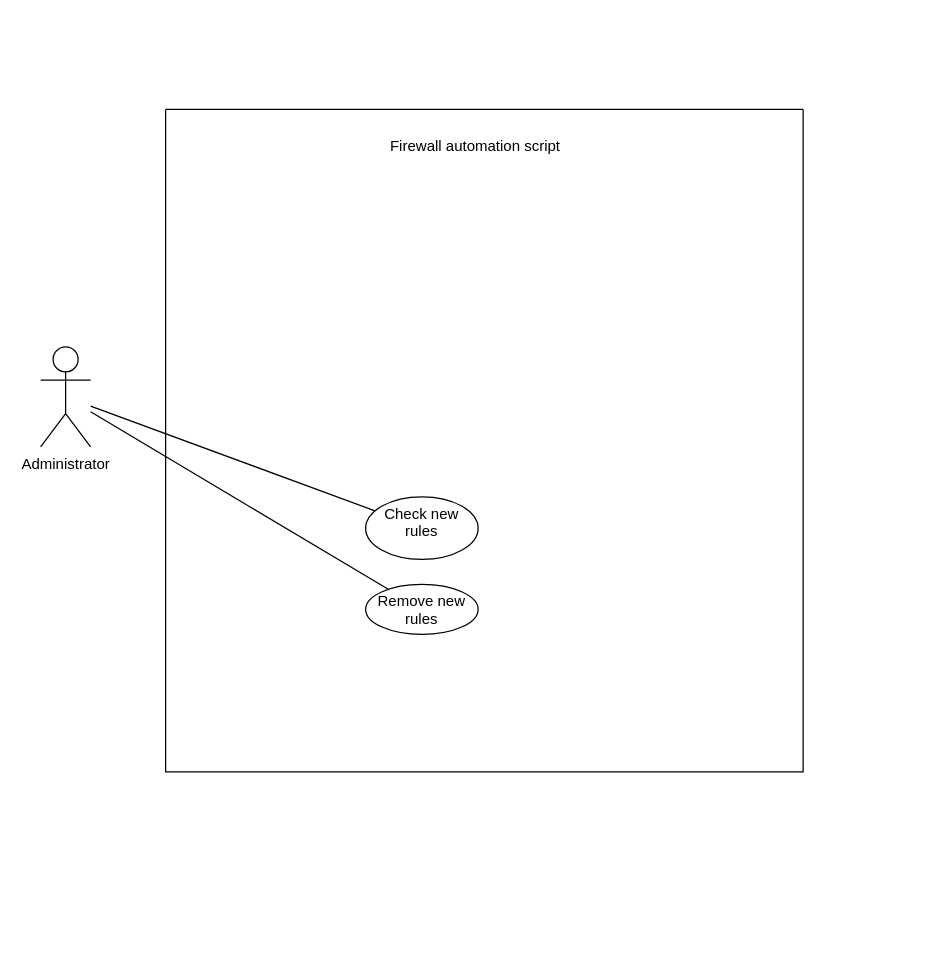
MaduraJ/Network-traffic-data-Visualization-tool-for-pfsense keeps this draw.io diagram as Untitled Diagram.drawio. Above is the earlier version. Source tidied: cells renumbered, new cells numbered last; positions are measured from the earlier drawing's top-left corner, leaving out a move shared by most shapes. Both pictures are drawn from the tidied source at 125%, with x=0, y=0 at pixel (40, 46).
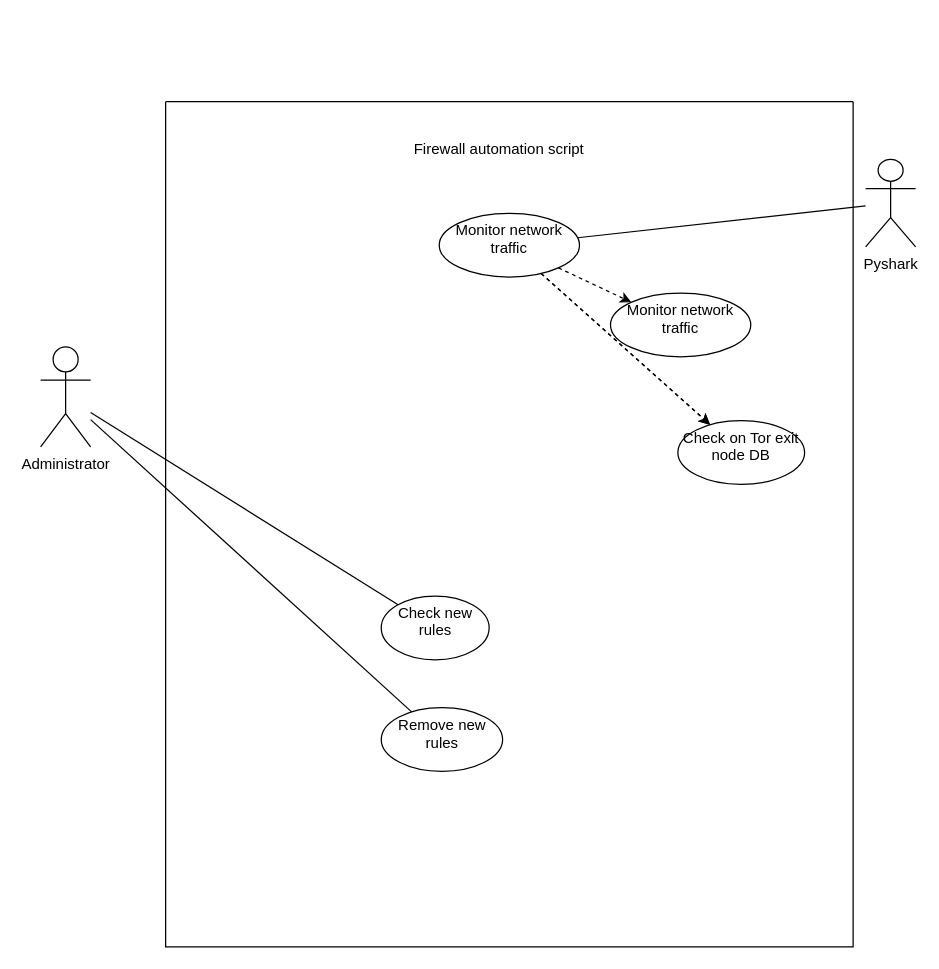
The same page after the edit.

Change to the diagram source:
```diff
@@
 <mxGraphModel>
   <root>
     <mxCell id="0" />
     <mxCell id="1" parent="0" />
     <mxCell id="2" style="rounded=0;jettySize=auto;html=1;endArrow=none;endFill=0;" parent="1" edge="1" source="4" target="8">
       <mxGeometry relative="1" as="geometry" />
     </mxCell>
     <mxCell id="3" style="edgeStyle=none;rounded=0;jettySize=auto;html=1;endArrow=none;endFill=0;" parent="1" edge="1" source="4" target="9">
       <mxGeometry relative="1" as="geometry" />
     </mxCell>
     <mxCell id="4" value="Administrator" style="shape=umlActor;verticalLabelPosition=bottom;verticalAlign=top;html=1;outlineConnect=0;" parent="1" vertex="1">
       <mxGeometry y="240" width="40" height="80" as="geometry" />
     </mxCell>
     <mxCell id="5" style="group;" parent="1" vertex="1">
-      <mxGeometry x="100" width="510" height="580" as="geometry" />
+      <mxGeometry x="100" y="-20" width="550" height="740" as="geometry" />
     </mxCell>
     <mxCell id="6" style="swimlane;startSize=0;" parent="5" vertex="1">
-      <mxGeometry y="50" width="510" height="530" as="geometry" />
+      <mxGeometry y="63.8" width="550" height="676.2" as="geometry" />
     </mxCell>
     <mxCell id="7" value="Firewall automation script" style="text;html=1;strokeColor=none;fillColor=none;align=center;verticalAlign=middle;whiteSpace=wrap;rounded=0;" parent="6" vertex="1">
-      <mxGeometry x="170" y="10" width="156" height="40" as="geometry" />
+      <mxGeometry x="183.3" y="12.8" width="168.2" height="51" as="geometry" />
     </mxCell>
     <mxCell id="8" value="&lt;div align=&quot;center&quot;&gt;Check new rules&lt;/div&gt;" style="ellipse;whiteSpace=wrap;html=1;verticalAlign=top;align=center;" parent="6" vertex="1">
-      <mxGeometry x="160" y="310" width="90" height="50" as="geometry" />
+      <mxGeometry x="172.5" y="395.5" width="86.3" height="51" as="geometry" />
     </mxCell>
     <mxCell id="9" value="Remove new rules" style="ellipse;whiteSpace=wrap;html=1;verticalAlign=top;" parent="6" vertex="1">
-      <mxGeometry x="160" y="380" width="90" height="40" as="geometry" />
+      <mxGeometry x="172.5" y="484.8" width="97.1" height="51" as="geometry" />
     </mxCell>
+    <mxCell id="10" style="edgeStyle=none;rounded=0;jettySize=auto;html=1;dashed=1;startArrow=none;startFill=0;endArrow=classic;endFill=1;" parent="6" edge="1" source="11" target="12">
+      <mxGeometry relative="1" as="geometry" />
+    </mxCell>
+    <mxCell id="11" value="Monitor network traffic" style="ellipse;whiteSpace=wrap;html=1;verticalAlign=top;" parent="6" vertex="1">
+      <mxGeometry x="218.9" y="89.3" width="112.2" height="51" as="geometry" />
+    </mxCell>
+    <mxCell id="12" value="Check on Tor exit node DB" style="ellipse;whiteSpace=wrap;html=1;verticalAlign=top;" parent="6" vertex="1">
+      <mxGeometry x="409.8" y="255.2" width="101.4" height="51" as="geometry" />
+    </mxCell>
+    <mxCell id="13" style="edgeStyle=none;rounded=0;jettySize=auto;html=1;endArrow=classic;endFill=1;dashed=1;startArrow=none;startFill=0;" parent="6" edge="1" source="11" target="12">
+      <mxGeometry relative="1" as="geometry" />
+    </mxCell>
+    <mxCell id="14" value="Monitor network traffic" style="ellipse;whiteSpace=wrap;html=1;verticalAlign=top;" parent="6" vertex="1">
+      <mxGeometry x="355.9" y="153.1" width="112.2" height="51" as="geometry" />
+    </mxCell>
+    <mxCell id="15" style="edgeStyle=none;rounded=0;jettySize=auto;html=1;dashed=1;startArrow=none;startFill=0;endArrow=classic;endFill=1;" parent="6" edge="1" source="11" target="14">
+      <mxGeometry relative="1" as="geometry" />
+    </mxCell>
+    <mxCell id="16" style="edgeStyle=none;rounded=0;jettySize=auto;html=1;endArrow=none;endFill=0;" parent="1" edge="1" source="17" target="11">
+      <mxGeometry relative="1" as="geometry" />
+    </mxCell>
+    <mxCell id="17" value="Pyshark" style="shape=umlActor;verticalLabelPosition=bottom;verticalAlign=top;html=1;outlineConnect=0;" parent="1" vertex="1">
+      <mxGeometry x="660" y="90" width="40" height="70" as="geometry" />
+    </mxCell>
   </root>
 </mxGraphModel>
```
